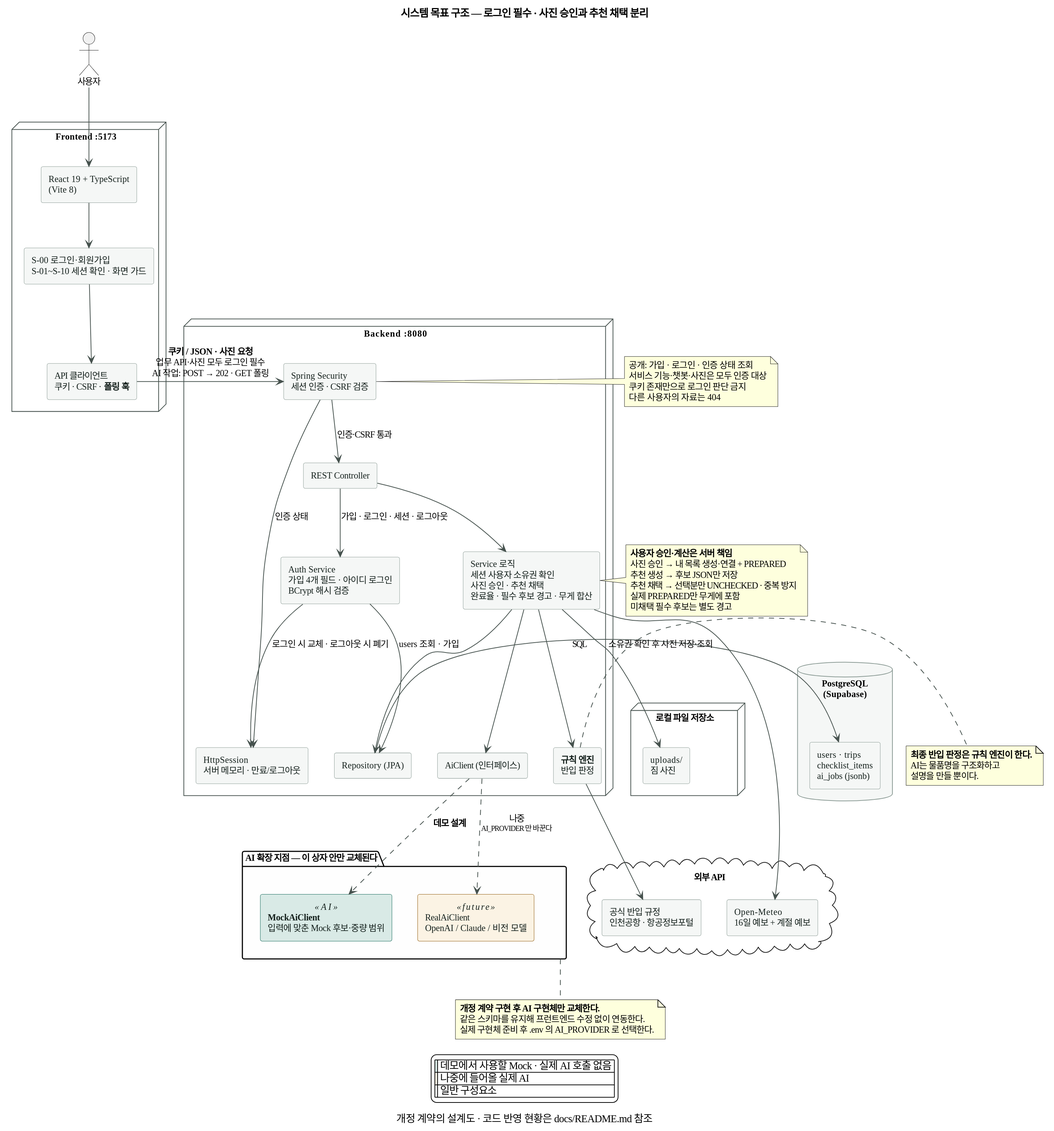
Before: docs/images/04-architecture.svg, a diagram exported from PlantUML (SangMyeong5426/skala-mini-ai-web-service). Source of this version:
```plantuml
@startuml

skinparam backgroundColor #FFFFFF
skinparam dpi 160
skinparam shadowing false
skinparam defaultFontName "Apple SD Gothic Neo"
skinparam defaultFontSize 12
skinparam ArrowColor #46524E
skinparam componentStyle rectangle
title 시스템 목표 구조 — 로그인 필수 · 사진 승인과 추천 채택 분리
caption 개정 계약의 설계도 · 코드 반영 현황은 docs/README.md 참조

skinparam component {
  BackgroundColor #F5F7F6
  BorderColor #8A9A94
  FontColor #14201C
  BackgroundColor<<AI>> #D9EAE6
  BorderColor<<AI>> #0D6455
  BackgroundColor<<future>> #FBF3E4
  BorderColor<<future>> #8D5606
}
skinparam node {
  BackgroundColor #FFFFFF
  BorderColor #46524E
}
skinparam database {
  BackgroundColor #F5F7F6
  BorderColor #8A9A94
}

actor "사용자" as USER

node "Frontend  :5173" as FE {
  component "React 19 + TypeScript\n(Vite 8)" as FEAPP
  component "S-00 로그인·회원가입\nS-01~S-10 세션 확인 · 화면 가드" as FEUI
  component "API 클라이언트\n쿠키 · CSRF · **폴링 훅**" as FEAPI
}

node "Backend  :8080" as BE {
  component "Spring Security\n세션 인증 · CSRF 검증" as SECURITY
  component "HttpSession\n서버 메모리 · 만료/로그아웃" as SESSION
  component "REST Controller" as CTRL
  component "Auth Service\n가입 4개 필드 · 아이디 로그인\nBCrypt 해시 검증" as AUTH
  component "Service 로직\n세션 사용자 소유권 확인\n사진 승인 · 추천 채택\n완료율 · 필수 후보 경고 · 무게 합산" as SVC
  component "Repository (JPA)" as REPO
  component "**규칙 엔진**\n반입 판정" as RULE
  component "AiClient (인터페이스)" as IFACE
}

package "AI 확장 지점 — 이 상자 안만 교체된다" as AIBOX #FEFEFE {
  component "**MockAiClient**\n입력에 맞춘 Mock 후보·중량 범위" as MOCK <<AI>>
  component "RealAiClient\nOpenAI / Claude / 비전 모델" as REAL <<future>>
}

database "PostgreSQL\n(Supabase)" as DB {
  component "users · trips\nchecklist_items\nai_jobs (jsonb)" as TABLES
}

node "로컬 파일 저장소" as FILES {
  component "uploads/\n짐 사진" as UP
}

cloud "외부 API" as EXT {
  component "Open-Meteo\n16일 예보 + 계절 예보" as WEATHER
  component "공식 반입 규정\n인천공항 · 항공정보포털" as RULES
}

USER --> FEAPP
FEAPP --> FEUI
FEUI --> FEAPI

FEAPI -right-> SECURITY : **쿠키 / JSON · 사진 요청**\n업무 API·사진 모두 로그인 필수\nAI 작업: POST → 202 · GET 폴링
SECURITY --> CTRL : 인증·CSRF 통과
SECURITY --> SESSION : 인증 상태
CTRL --> AUTH : 가입 · 로그인 · 세션 · 로그아웃
AUTH --> REPO : users 조회 · 가입
AUTH --> SESSION : 로그인 시 교체 · 로그아웃 시 폐기
CTRL --> SVC
SVC --> REPO
SVC --> RULE
SVC --> IFACE
REPO -right-> TABLES : SQL
SVC --> UP : 소유권 확인 후 사진 저장·조회

IFACE ..> MOCK : **데모 설계**
IFACE ..> REAL : 나중\n<size:10>AI_PROVIDER 만 바꾼다</size>

SVC --> WEATHER
RULE --> RULES

note bottom of AIBOX
  **개정 계약 구현 후 AI 구현체만 교체한다.**
  같은 스키마를 유지해 프런트엔드 수정 없이 연동한다.
  실제 구현체 준비 후 .env 의 AI_PROVIDER 로 선택한다.
end note

note left of SVC
  **사용자 승인·계산은 서버 책임**
  사진 승인 → 내 목록 생성·연결 + PREPARED
  추천 생성 → 후보 JSON만 저장
  추천 채택 → 선택분만 UNCHECKED · 중복 방지
  실제 PREPARED만 무게에 포함
  미채택 필수 후보는 별도 경고
end note

note right of SECURITY
  공개: 가입 · 로그인 · 인증 상태 조회
  서비스 기능·챗봇·사진은 모두 인증 대상
  쿠키 존재만으로 로그인 판단 금지
  다른 사용자의 자료는 404
end note

note right of RULE
  **최종 반입 판정은 규칙 엔진이 한다.**
  AI는 물품명을 구조화하고
  설명을 만들 뿐이다.
end note

legend bottom
  |<#D9EAE6>| 데모에서 사용할 Mock · 실제 AI 호출 없음 |
  |<#FBF3E4>| 나중에 들어올 실제 AI |
  |<#F5F7F6>| 일반 구성요소 |
endlegend
@enduml
```
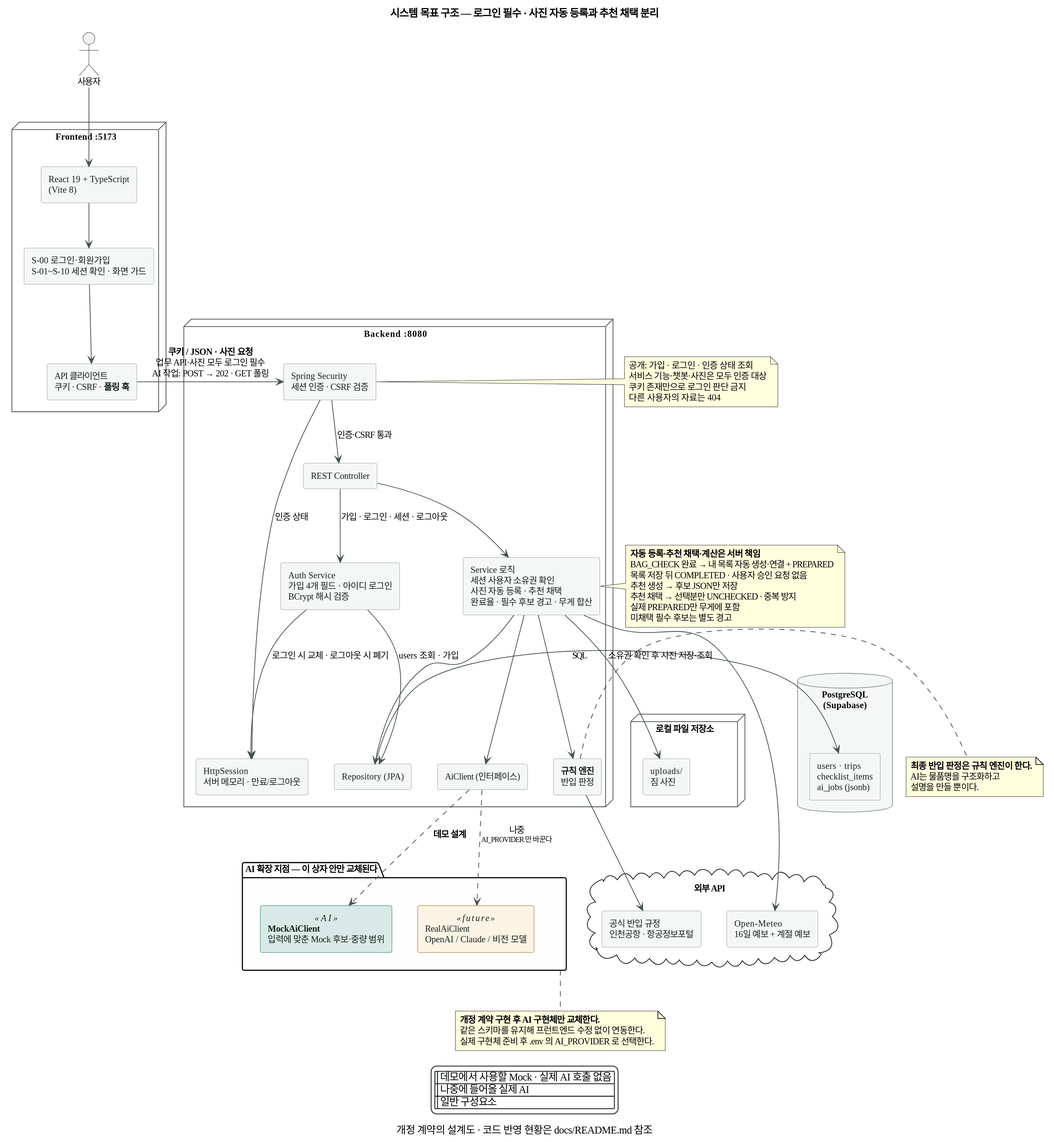
The same diagram one commit later.

What changed in the source:
```diff
@@ -7,7 +7,7 @@
 skinparam defaultFontSize 12
 skinparam ArrowColor #46524E
 skinparam componentStyle rectangle
-title 시스템 목표 구조 — 로그인 필수 · 사진 승인과 추천 채택 분리
+title 시스템 목표 구조 — 로그인 필수 · 사진 자동 등록과 추천 채택 분리
 caption 개정 계약의 설계도 · 코드 반영 현황은 docs/README.md 참조
 
 skinparam component {
@@ -41,7 +41,7 @@
   component "HttpSession\n서버 메모리 · 만료/로그아웃" as SESSION
   component "REST Controller" as CTRL
   component "Auth Service\n가입 4개 필드 · 아이디 로그인\nBCrypt 해시 검증" as AUTH
-  component "Service 로직\n세션 사용자 소유권 확인\n사진 승인 · 추천 채택\n완료율 · 필수 후보 경고 · 무게 합산" as SVC
+  component "Service 로직\n세션 사용자 소유권 확인\n사진 자동 등록 · 추천 채택\n완료율 · 필수 후보 경고 · 무게 합산" as SVC
   component "Repository (JPA)" as REPO
   component "**규칙 엔진**\n반입 판정" as RULE
   component "AiClient (인터페이스)" as IFACE
@@ -95,8 +95,9 @@
 end note
 
 note left of SVC
-  **사용자 승인·계산은 서버 책임**
-  사진 승인 → 내 목록 생성·연결 + PREPARED
+  **자동 등록·추천 채택·계산은 서버 책임**
+  BAG_CHECK 완료 → 내 목록 자동 생성·연결 + PREPARED
+  목록 저장 뒤 COMPLETED · 사용자 승인 요청 없음
   추천 생성 → 후보 JSON만 저장
   추천 채택 → 선택분만 UNCHECKED · 중복 방지
   실제 PREPARED만 무게에 포함
```
